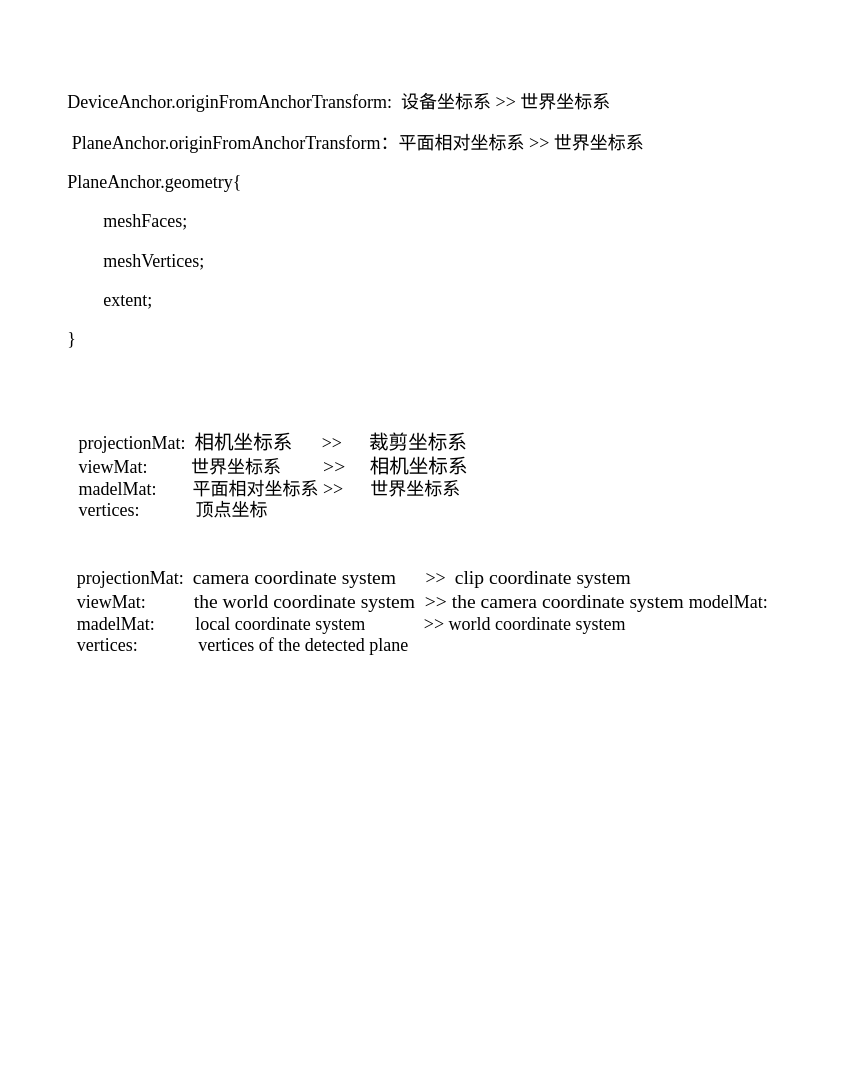
This is 调研/设计/API流程对比.drawio from leichangzhang/huawei_ar, a draw.io file, before an edit. Source tidied: cells renumbered, new cells numbered last; positions are measured from the earlier drawing's top-left corner, leaving out a move shared by most shapes. Both pictures are drawn from the tidied source at 150%, with x=0, y=0 at pixel (26, 26).
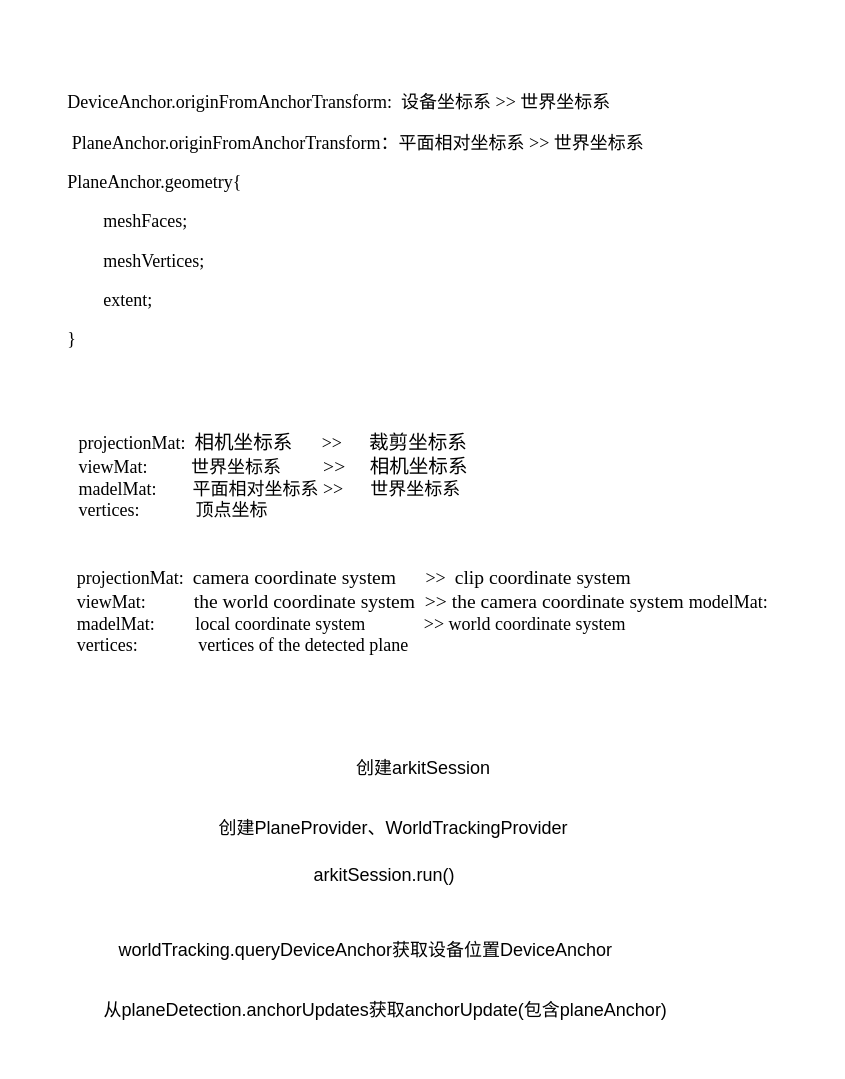
The same diagram, later.

The edit, as a diff of the source:
```diff
@@
 <mxGraphModel>
   <root>
     <mxCell id="0" />
     <mxCell id="1" parent="0" />
     <mxCell id="2" value="&lt;div style=&quot;text-align: justify;&quot;&gt;&lt;span style=&quot;background-color: light-dark(#ffffff, var(--ge-dark-color, #121212));&quot;&gt;projectionMat:&amp;nbsp;&amp;nbsp;&lt;/span&gt;&lt;span style=&quot;background-color: light-dark(#ffffff, var(--ge-dark-color, #121212)); font-size: 9.8pt;&quot;&gt;camera coordinate system&amp;nbsp; &amp;nbsp; &amp;nbsp;&amp;nbsp;&lt;/span&gt;&lt;span style=&quot;background-color: light-dark(#ffffff, var(--ge-dark-color, #121212));&quot;&gt;&amp;gt;&amp;gt;&amp;nbsp;&lt;/span&gt;&lt;font&gt;&lt;span style=&quot;background-color: light-dark(#ffffff, var(--ge-dark-color, #121212));&quot;&gt;&amp;nbsp;&lt;/span&gt;&lt;span style=&quot;background-color: light-dark(#ffffff, var(--ge-dark-color, #121212)); font-size: 9.8pt;&quot;&gt;clip coordinate system&lt;/span&gt;&lt;/font&gt;&lt;/div&gt;&lt;div&gt;&lt;div style=&quot;text-align: justify;&quot;&gt;&lt;span style=&quot;background-color: light-dark(#ffffff, var(--ge-dark-color, #121212));&quot;&gt;viewMat:&lt;span style=&quot;white-space: pre;&quot;&gt;&#9;&lt;/span&gt;&amp;nbsp; &amp;nbsp; &amp;nbsp; &amp;nbsp; &amp;nbsp;&amp;nbsp;&lt;/span&gt;&lt;span style=&quot;background-color: light-dark(#ffffff, var(--ge-dark-color, #121212)); font-size: 9.8pt;&quot;&gt;the world coordinate system&amp;nbsp; &amp;gt;&amp;gt; the camera&amp;nbsp;&lt;/span&gt;&lt;span style=&quot;font-size: 9.8pt; background-color: light-dark(#ffffff, var(--ge-dark-color, #121212));&quot;&gt;coordinate system&amp;nbsp;&lt;/span&gt;&lt;span style=&quot;background-color: light-dark(#ffffff, var(--ge-dark-color, #121212));&quot;&gt;modelMat:&lt;/span&gt;&lt;/div&gt;&lt;/div&gt;&lt;div style=&quot;text-align: justify;&quot;&gt;madelMat:&amp;nbsp; &amp;nbsp; &amp;nbsp; &amp;nbsp; &amp;nbsp;&lt;span style=&quot;background-color: light-dark(#ffffff, var(--ge-dark-color, #121212)); text-align: center;&quot;&gt;local&amp;nbsp;coordinate&amp;nbsp;system&amp;nbsp; &amp;nbsp; &amp;nbsp; &amp;nbsp; &amp;nbsp; &amp;nbsp; &amp;nbsp;&amp;gt;&amp;gt;&amp;nbsp;&lt;/span&gt;&lt;span style=&quot;background-color: light-dark(#ffffff, var(--ge-dark-color, #121212)); text-align: center;&quot;&gt;world&amp;nbsp;coordinate&amp;nbsp;system&lt;/span&gt;&lt;/div&gt;&lt;div style=&quot;text-align: justify;&quot;&gt;vertices:&lt;span style=&quot;white-space: pre;&quot;&gt;&#9;&lt;/span&gt;&lt;span style=&quot;white-space: pre;&quot;&gt;&#9;&lt;/span&gt;&amp;nbsp; &amp;nbsp;vertices&amp;nbsp;of&amp;nbsp;the&amp;nbsp;detected&amp;nbsp;plane&lt;span style=&quot;background-color: light-dark(#ffffff, var(--ge-dark-color, #121212)); text-align: center;&quot;&gt;&lt;/span&gt;&lt;/div&gt;" style="text;html=1;align=center;verticalAlign=middle;whiteSpace=wrap;rounded=0;labelBackgroundColor=default;fontFamily=Times New Roman;fontStyle=0;fontColor=default;" parent="1" vertex="1">
       <mxGeometry y="340" width="529" height="100" as="geometry" />
     </mxCell>
     <mxCell id="3" value="&lt;div style=&quot;text-align: justify;&quot;&gt;&lt;p&gt;DeviceAnchor.originFromAnchorTransform:&amp;nbsp; 设备坐标系 &amp;gt;&amp;gt; 世界坐标系&lt;/p&gt;&lt;p&gt;&amp;nbsp;PlaneAnchor.originFromAnchorTransform：平面相对坐标系 &amp;gt;&amp;gt; 世界坐标系&lt;/p&gt;&lt;p&gt;PlaneAnchor.geometry{&lt;/p&gt;&lt;p&gt;&lt;span style=&quot;white-space: pre;&quot;&gt;&#9;&lt;/span&gt;meshFaces;&lt;/p&gt;&lt;p&gt;&amp;nbsp; &amp;nbsp; &amp;nbsp; &amp;nbsp; meshVertices;&lt;/p&gt;&lt;p&gt;&amp;nbsp; &amp;nbsp; &amp;nbsp; &amp;nbsp; extent;&lt;/p&gt;&lt;p&gt;}&lt;/p&gt;&lt;/div&gt;" style="text;html=1;align=center;verticalAlign=middle;whiteSpace=wrap;rounded=0;labelBackgroundColor=default;fontFamily=Times New Roman;fontStyle=0;fontColor=default;" parent="1" vertex="1">
       <mxGeometry width="440" height="260" as="geometry" />
     </mxCell>
     <mxCell id="4" value="&lt;div style=&quot;text-align: justify;&quot;&gt;&lt;span style=&quot;background-color: light-dark(#ffffff, var(--ge-dark-color, #121212));&quot;&gt;projectionMat:&amp;nbsp;&amp;nbsp;&lt;/span&gt;&lt;span style=&quot;background-color: light-dark(#ffffff, var(--ge-dark-color, #121212)); font-size: 9.8pt;&quot;&gt;相机坐标系&amp;nbsp; &amp;nbsp; &amp;nbsp;&amp;nbsp;&lt;/span&gt;&lt;span style=&quot;background-color: light-dark(#ffffff, var(--ge-dark-color, #121212));&quot;&gt;&amp;gt;&amp;gt;&amp;nbsp;&lt;/span&gt;&lt;font&gt;&lt;span style=&quot;background-color: light-dark(#ffffff, var(--ge-dark-color, #121212));&quot;&gt;&amp;nbsp; &amp;nbsp; &amp;nbsp;&lt;span style=&quot;font-size: 13.0667px;&quot;&gt;裁剪坐标系&lt;/span&gt;&lt;/span&gt;&lt;/font&gt;&lt;/div&gt;&lt;div&gt;&lt;div style=&quot;text-align: justify;&quot;&gt;&lt;span style=&quot;background-color: light-dark(#ffffff, var(--ge-dark-color, #121212));&quot;&gt;viewMat:&lt;span style=&quot;white-space: pre;&quot;&gt;&#9;&lt;/span&gt;&amp;nbsp; &amp;nbsp; &amp;nbsp; &amp;nbsp; &amp;nbsp;世界坐标系&lt;/span&gt;&lt;span style=&quot;background-color: light-dark(#ffffff, var(--ge-dark-color, #121212)); font-size: 9.8pt;&quot;&gt;&amp;nbsp; &lt;span style=&quot;white-space: pre;&quot;&gt;&#9;&lt;/span&gt;&amp;nbsp; &amp;gt;&amp;gt;&amp;nbsp; &amp;nbsp; &amp;nbsp;相机坐标系&lt;/span&gt;&lt;/div&gt;&lt;/div&gt;&lt;div style=&quot;text-align: justify;&quot;&gt;madelMat:&amp;nbsp; &amp;nbsp; &amp;nbsp; &amp;nbsp; 平面相对坐标系&lt;span style=&quot;background-color: light-dark(#ffffff, var(--ge-dark-color, #121212)); text-align: center;&quot;&gt;&amp;nbsp;&amp;gt;&amp;gt;&amp;nbsp; &amp;nbsp; &amp;nbsp; 世界坐标系&lt;/span&gt;&lt;/div&gt;&lt;div style=&quot;text-align: justify;&quot;&gt;vertices:&lt;span style=&quot;white-space: pre;&quot;&gt;&#9;&lt;/span&gt;&lt;span style=&quot;white-space: pre;&quot;&gt;&#9;&lt;/span&gt;&amp;nbsp; 顶点坐标&lt;span style=&quot;background-color: light-dark(#ffffff, var(--ge-dark-color, #121212)); text-align: center;&quot;&gt;&lt;/span&gt;&lt;/div&gt;" style="text;html=1;align=center;verticalAlign=middle;whiteSpace=wrap;rounded=0;labelBackgroundColor=default;fontFamily=Times New Roman;fontStyle=0;fontColor=default;" parent="1" vertex="1">
       <mxGeometry x="10" y="250" width="310" height="100" as="geometry" />
     </mxCell>
+    <mxCell id="5" value="创建&lt;span style=&quot;text-align: left; white-space: pre;&quot;&gt;arkitSession&lt;/span&gt;" style="text;html=1;align=center;verticalAlign=middle;whiteSpace=wrap;rounded=0;labelBackgroundColor=default;fontColor=default;fontFamily=Helvetica;fontSize=12;" parent="1" vertex="1">
+      <mxGeometry x="190" y="480" width="150" height="30" as="geometry" />
+    </mxCell>
+    <mxCell id="6" value="创建PlaneProvider、&lt;span style=&quot;white-space: pre;&quot;&gt;WorldTrackingProvider&lt;/span&gt;" style="text;html=1;align=center;verticalAlign=middle;whiteSpace=wrap;rounded=0;fontColor=default;labelBackgroundColor=default;fontFamily=Helvetica;fontSize=12;" parent="1" vertex="1">
+      <mxGeometry x="100" y="520" width="290" height="30" as="geometry" />
+    </mxCell>
+    <mxCell id="7" value="&lt;div style=&quot;font-weight: normal; line-height: 19px; white-space: pre;&quot;&gt;&lt;div&gt;&lt;span&gt;arkitSession&lt;/span&gt;&lt;span&gt;.&lt;/span&gt;&lt;span&gt;run&lt;/span&gt;&lt;span&gt;()&lt;/span&gt;&lt;/div&gt;&lt;/div&gt;" style="text;whiteSpace=wrap;html=1;labelBackgroundColor=default;fontColor=default;fontFamily=Helvetica;fontSize=12;" parent="1" vertex="1">
+      <mxGeometry x="190" y="550" width="120" height="40" as="geometry" />
+    </mxCell>
+    <mxCell id="8" value="&lt;div style=&quot;font-weight: normal; line-height: 19px; white-space: pre;&quot;&gt;&lt;div&gt;&lt;div style=&quot;line-height: 19px;&quot;&gt;worldTracking.&lt;span&gt;queryDeviceAnchor获取设备位置DeviceAnchor&lt;/span&gt;&lt;/div&gt;&lt;/div&gt;&lt;/div&gt;" style="text;whiteSpace=wrap;html=1;labelBackgroundColor=default;fontColor=default;fontFamily=Helvetica;fontSize=12;" parent="1" vertex="1">
+      <mxGeometry x="60" y="600" width="465.5" height="40" as="geometry" />
+    </mxCell>
+    <mxCell id="9" value="&lt;div style=&quot;font-weight: normal; line-height: 19px; white-space: pre;&quot;&gt;&lt;div&gt;&lt;span&gt;从&lt;/span&gt;&lt;span&gt;planeDetection.anchorUpdates&lt;/span&gt;&lt;span&gt;获取&lt;/span&gt;&lt;span&gt;anchorUpdate(包含planeA&lt;/span&gt;&lt;span&gt;nchor)&lt;/span&gt;&lt;span&gt; &lt;/span&gt;&lt;span&gt; &lt;/span&gt;&lt;/div&gt;&lt;div&gt;&lt;br&gt;&lt;/div&gt;&lt;/div&gt;" style="text;whiteSpace=wrap;html=1;labelBackgroundColor=default;fontColor=default;fontFamily=Helvetica;fontSize=12;" parent="1" vertex="1">
+      <mxGeometry x="50" y="640" width="465.5" height="30" as="geometry" />
+    </mxCell>
   </root>
 </mxGraphModel>
```
